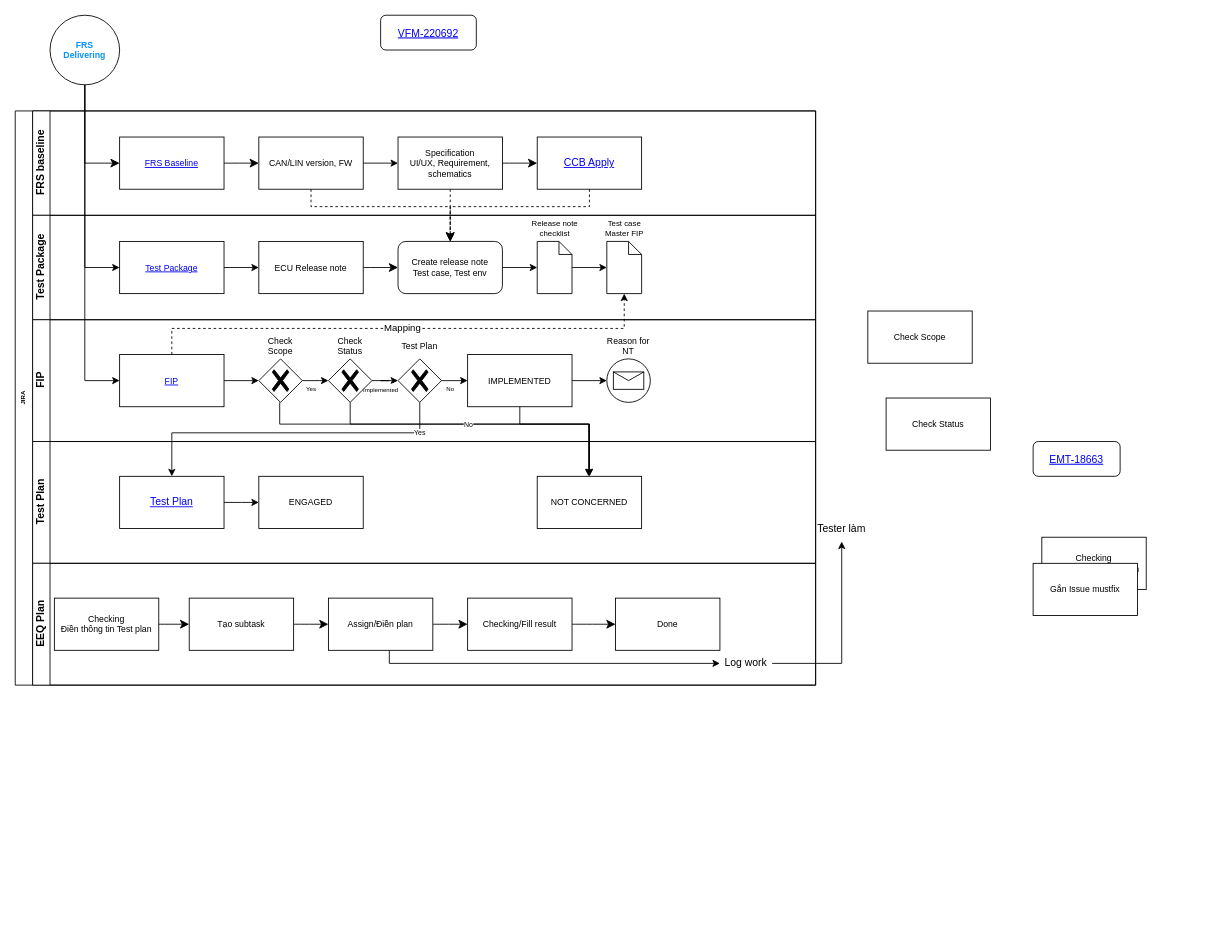
Before: Biểu đồ không có tiêu đề.drawio in athanhoang/viindoo_accademy, a draw.io diagram. Source tidied: cells renumbered, new cells numbered last; positions are measured from the earlier drawing's top-left corner, leaving out a move shared by most shapes. Both pictures are drawn from the tidied source at 87%, with x=0, y=0 at pixel (15, 15).
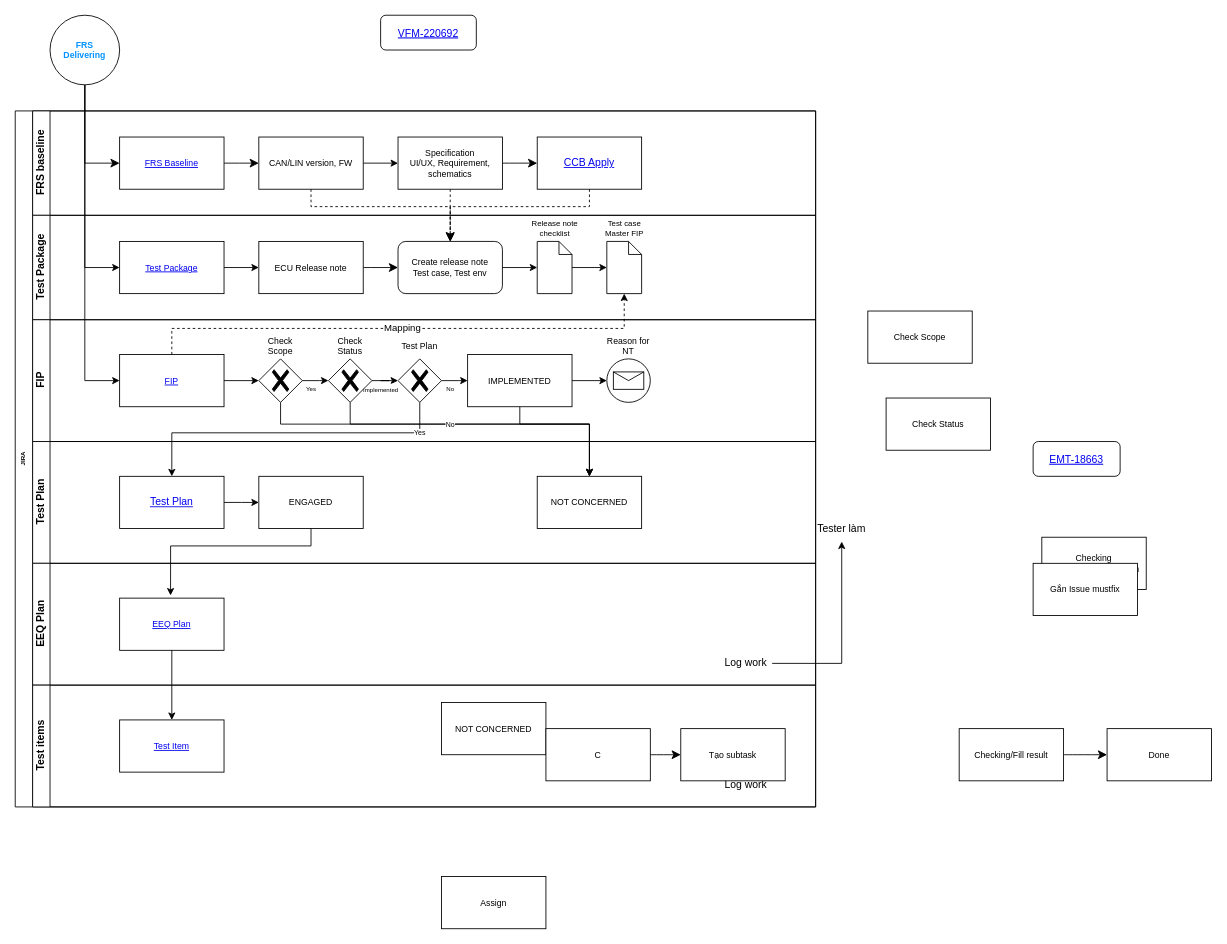
After the change.

Commit message:
Cập nhật Biểu đồ không có tiêu đề.drawio

Unchanged cells that the change refers to:
```xml
<mxCell id="32" style="points=[[0.25,0.25,0],[0.5,0,0],[0.75,0.25,0],[1,0.5,0],[0.75,0.75,0],[0.5,1,0],[0.25,0.75,0],[0,0.5,0]];shape=mxgraph.bpmn.gateway2;html=1;verticalLabelPosition=bottom;labelBackgroundColor=#ffffff;verticalAlign=top;align=center;perimeter=rhombusPerimeter;outlineConnect=0;outline=none;symbol=none;gwType=exclusive;" parent="25" vertex="1">
  <mxGeometry x="260" y="45" width="50" height="50" as="geometry" />
</mxCell>
<mxCell id="42" value="IMPLEMENTED" style="whiteSpace=wrap;html=1;fontSize=10;" parent="25" vertex="1">
  <mxGeometry x="500" y="40" width="120" height="60" as="geometry" />
</mxCell>
<mxCell id="48" value="ENGAGED" style="whiteSpace=wrap;html=1;fontSize=10;" parent="45" vertex="1">
  <mxGeometry x="260" y="40" width="120" height="60" as="geometry" />
</mxCell>
<mxCell id="49" value="NOT CONCERNED" style="whiteSpace=wrap;html=1;fontSize=10;" parent="45" vertex="1">
  <mxGeometry x="580" y="40" width="120" height="60" as="geometry" />
</mxCell>
<mxCell id="50" value="EEQ Plan" style="swimlane;html=1;startSize=20;horizontal=0;" parent="2" vertex="1">
  <mxGeometry x="20" y="520" width="900" height="140" as="geometry" />
</mxCell>
<mxCell id="61" value="Log work" style="text;html=1;align=center;verticalAlign=middle;whiteSpace=wrap;rounded=0;" parent="50" vertex="1">
  <mxGeometry x="790" y="100" width="60" height="30" as="geometry" />
</mxCell>
<mxCell id="67" style="edgeStyle=orthogonalEdgeStyle;rounded=0;jettySize=auto;html=1;entryX=0.5;entryY=0;entryDx=0;entryDy=0;" parent="2" edge="1" source="36" target="49">
  <mxGeometry relative="1" as="geometry">
    <Array as="points">
      <mxPoint x="385" y="360" />
      <mxPoint x="660" y="360" />
    </Array>
  </mxGeometry>
</mxCell>
```

Diff of the diagram source:
```diff
@@
     <mxCell id="2" value="JIRA" style="swimlane;html=1;horizontal=0;startSize=20;whiteSpace=wrap;fontSize=7;" parent="1" vertex="1">
-      <mxGeometry y="110" width="920" height="660" as="geometry" />
+      <mxGeometry y="110" width="920" height="800" as="geometry" />
     </mxCell>
@@
-    <mxCell id="51" style="edgeStyle=none;curved=1;rounded=0;jettySize=auto;html=1;fontSize=12;startSize=8;endSize=8;" parent="50" edge="1" source="52" target="54">
-      <mxGeometry relative="1" as="geometry" />
-    </mxCell>
-    <mxCell id="52" value="&lt;div&gt;Checking&lt;/div&gt;Điền thông tin Test plan" style="whiteSpace=wrap;html=1;fontSize=10;" parent="50" vertex="1">
-      <mxGeometry x="25" y="40" width="120" height="60" as="geometry" />
-    </mxCell>
-    <mxCell id="53" style="edgeStyle=none;curved=1;rounded=0;jettySize=auto;html=1;fontSize=12;startSize=8;endSize=8;" parent="50" edge="1" source="54" target="57">
-      <mxGeometry relative="1" as="geometry" />
-    </mxCell>
-    <mxCell id="54" value="Tạo subtask" style="whiteSpace=wrap;html=1;fontSize=10;" parent="50" vertex="1">
-      <mxGeometry x="180" y="40" width="120" height="60" as="geometry" />
-    </mxCell>
-    <mxCell id="55" style="edgeStyle=none;curved=1;rounded=0;jettySize=auto;html=1;fontSize=12;startSize=8;endSize=8;" parent="50" edge="1" source="57" target="59">
-      <mxGeometry relative="1" as="geometry" />
-    </mxCell>
-    <mxCell id="56" style="edgeStyle=orthogonalEdgeStyle;rounded=0;jettySize=auto;html=1;" parent="50" edge="1" source="57" target="61">
-      <mxGeometry relative="1" as="geometry">
-        <Array as="points">
-          <mxPoint x="410" y="115" />
-        </Array>
-      </mxGeometry>
-    </mxCell>
-    <mxCell id="57" value="Assign/Điền plan" style="whiteSpace=wrap;html=1;fontSize=10;" parent="50" vertex="1">
-      <mxGeometry x="340" y="40" width="120" height="60" as="geometry" />
-    </mxCell>
-    <mxCell id="58" style="edgeStyle=none;curved=1;rounded=0;jettySize=auto;html=1;fontSize=12;startSize=8;endSize=8;" parent="50" edge="1" source="59" target="60">
-      <mxGeometry relative="1" as="geometry" />
-    </mxCell>
-    <mxCell id="59" value="Checking/Fill result" style="whiteSpace=wrap;html=1;fontSize=10;" parent="50" vertex="1">
-      <mxGeometry x="500" y="40" width="120" height="60" as="geometry" />
-    </mxCell>
-    <mxCell id="60" value="Done" style="whiteSpace=wrap;html=1;fontSize=10;" parent="50" vertex="1">
-      <mxGeometry x="670" y="40" width="120" height="60" as="geometry" />
-    </mxCell>
@@
+    <mxCell id="82" value="&lt;span style=&quot;font-size: 10px;&quot;&gt;EEQ Plan&lt;/span&gt;" style="whiteSpace=wrap;html=1;fontSize=12;rounded=0;strokeColor=default;align=center;verticalAlign=middle;spacing=10;fontFamily=Helvetica;fontColor=#0000EE;fontStyle=4;fillColor=default;" parent="50" vertex="1">
+      <mxGeometry x="100" y="40" width="120" height="60" as="geometry" />
+    </mxCell>
@@
-    <mxCell id="66" style="edgeStyle=orthogonalEdgeStyle;rounded=0;orthogonalLoop=1;jettySize=auto;html=1;entryX=0.5;entryY=0;entryDx=0;entryDy=0;fontColor=default;labelBackgroundColor=default;" parent="2" edge="1">
-      <mxGeometry relative="1" as="geometry">
-        <mxPoint x="304" y="335" as="sourcePoint" />
-        <mxPoint x="659" y="420" as="targetPoint" />
-        <Array as="points">
-          <mxPoint x="304" y="360" />
-          <mxPoint x="659" y="360" />
-        </Array>
-      </mxGeometry>
-    </mxCell>
@@
+    <mxCell id="69" style="edgeStyle=orthogonalEdgeStyle;rounded=0;jettySize=auto;html=1;entryX=0.5;entryY=0;entryDx=0;entryDy=0;" parent="2" edge="1" source="42" target="49">
+      <mxGeometry relative="1" as="geometry">
+        <Array as="points">
+          <mxPoint x="580" y="360" />
+          <mxPoint x="660" y="360" />
+        </Array>
+      </mxGeometry>
+    </mxCell>
+    <mxCell id="83" style="edgeStyle=orthogonalEdgeStyle;rounded=0;jettySize=auto;html=1;entryX=0.488;entryY=-0.051;entryDx=0;entryDy=0;entryPerimeter=0;" parent="2" edge="1" source="48" target="82">
+      <mxGeometry relative="1" as="geometry">
+        <Array as="points">
+          <mxPoint x="340" y="500" />
+          <mxPoint x="179" y="500" />
+        </Array>
+      </mxGeometry>
+    </mxCell>
+    <mxCell id="84" value="Test items" style="swimlane;html=1;startSize=20;horizontal=0;" parent="2" vertex="1">
+      <mxGeometry x="20" y="660" width="900" height="140" as="geometry" />
+    </mxCell>
+    <mxCell id="85" value="Log work" style="text;html=1;align=center;verticalAlign=middle;whiteSpace=wrap;rounded=0;" parent="84" vertex="1">
+      <mxGeometry x="790" y="100" width="60" height="30" as="geometry" />
+    </mxCell>
+    <mxCell id="86" value="&lt;span style=&quot;font-size: 10px;&quot;&gt;Test Item&lt;/span&gt;" style="whiteSpace=wrap;html=1;fontSize=12;rounded=0;strokeColor=default;align=center;verticalAlign=middle;spacing=10;fontFamily=Helvetica;fontColor=#0000EE;fontStyle=4;fillColor=default;" parent="84" vertex="1">
+      <mxGeometry x="100" y="40" width="120" height="60" as="geometry" />
+    </mxCell>
+    <mxCell id="87" value="NOT CONCERNED" style="whiteSpace=wrap;html=1;fontSize=10;" parent="84" vertex="1">
+      <mxGeometry x="470" y="20" width="120" height="60" as="geometry" />
+    </mxCell>
+    <mxCell id="88" style="edgeStyle=orthogonalEdgeStyle;rounded=0;jettySize=auto;html=1;entryX=0.5;entryY=0;entryDx=0;entryDy=0;" parent="2" edge="1" source="82" target="86">
+      <mxGeometry relative="1" as="geometry" />
+    </mxCell>
-    <mxCell id="68" value="No" style="edgeLabel;html=1;align=center;verticalAlign=middle;fontSize=8;" parent="67" vertex="1">
-      <mxGeometry x="0.07" y="1" relative="1" as="geometry">
-        <mxPoint x="-33" y="1" as="offset" />
+    <mxCell id="68" value="&lt;font style=&quot;font-size: 8px;&quot;&gt;No&lt;/font&gt;" style="edgeStyle=orthogonalEdgeStyle;rounded=0;jettySize=auto;html=1;entryX=0.5;entryY=0;entryDx=0;entryDy=0;" parent="2" edge="1" source="32" target="49">
+      <mxGeometry relative="1" as="geometry">
+        <Array as="points">
+          <mxPoint x="305" y="360" />
+          <mxPoint x="660" y="360" />
+        </Array>
       </mxGeometry>
     </mxCell>
-    <mxCell id="69" style="edgeStyle=orthogonalEdgeStyle;rounded=0;jettySize=auto;html=1;entryX=0.5;entryY=0;entryDx=0;entryDy=0;" parent="2" edge="1" source="42" target="49">
-      <mxGeometry relative="1" as="geometry">
-        <Array as="points">
-          <mxPoint x="580" y="360" />
-          <mxPoint x="660" y="360" />
-        </Array>
-      </mxGeometry>
-    </mxCell>
@@
+    <mxCell id="52" value="C" style="whiteSpace=wrap;html=1;fontSize=10;" parent="1" vertex="1">
+      <mxGeometry x="610" y="820" width="120" height="60" as="geometry" />
+    </mxCell>
+    <mxCell id="54" value="Tạo subtask" style="whiteSpace=wrap;html=1;fontSize=10;" parent="1" vertex="1">
+      <mxGeometry x="765" y="820" width="120" height="60" as="geometry" />
+    </mxCell>
+    <mxCell id="57" value="Assign" style="whiteSpace=wrap;html=1;fontSize=10;" parent="1" vertex="1">
+      <mxGeometry x="490" y="990" width="120" height="60" as="geometry" />
+    </mxCell>
+    <mxCell id="59" value="Checking/Fill result" style="whiteSpace=wrap;html=1;fontSize=10;" parent="1" vertex="1">
+      <mxGeometry x="1085" y="820" width="120" height="60" as="geometry" />
+    </mxCell>
+    <mxCell id="60" value="Done" style="whiteSpace=wrap;html=1;fontSize=10;" parent="1" vertex="1">
+      <mxGeometry x="1255" y="820" width="120" height="60" as="geometry" />
+    </mxCell>
+    <mxCell id="51" style="edgeStyle=none;curved=1;rounded=0;jettySize=auto;html=1;fontSize=12;startSize=8;endSize=8;" parent="1" edge="1" source="52" target="54">
+      <mxGeometry relative="1" as="geometry" />
+    </mxCell>
+    <mxCell id="58" style="edgeStyle=none;curved=1;rounded=0;jettySize=auto;html=1;fontSize=12;startSize=8;endSize=8;" parent="1" edge="1" source="59" target="60">
+      <mxGeometry relative="1" as="geometry" />
+    </mxCell>
```
